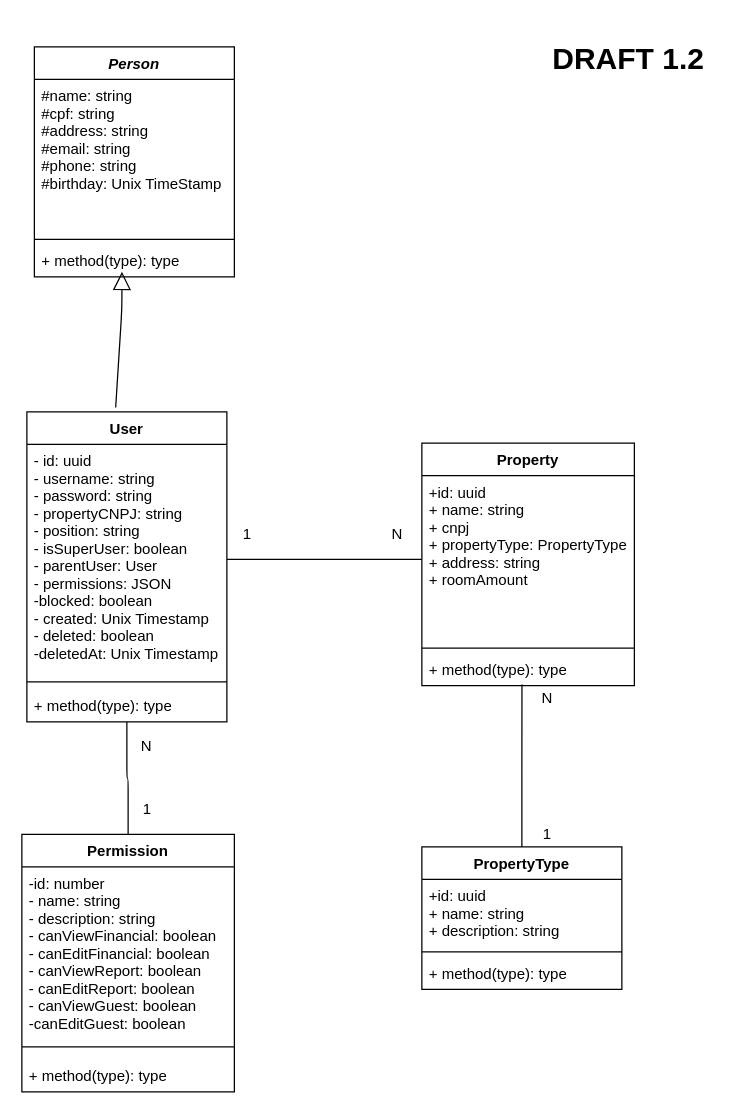
Earlier version of the draw.io diagram Docs/UML/Class/Hostfy-class.drawio (gprpaes/IC819). Source tidied: cells renumbered, new cells numbered last; positions are measured from the earlier drawing's top-left corner, leaving out a move shared by most shapes. Both pictures are drawn from the tidied source at 125%, with x=0, y=0 at pixel (21, 28).
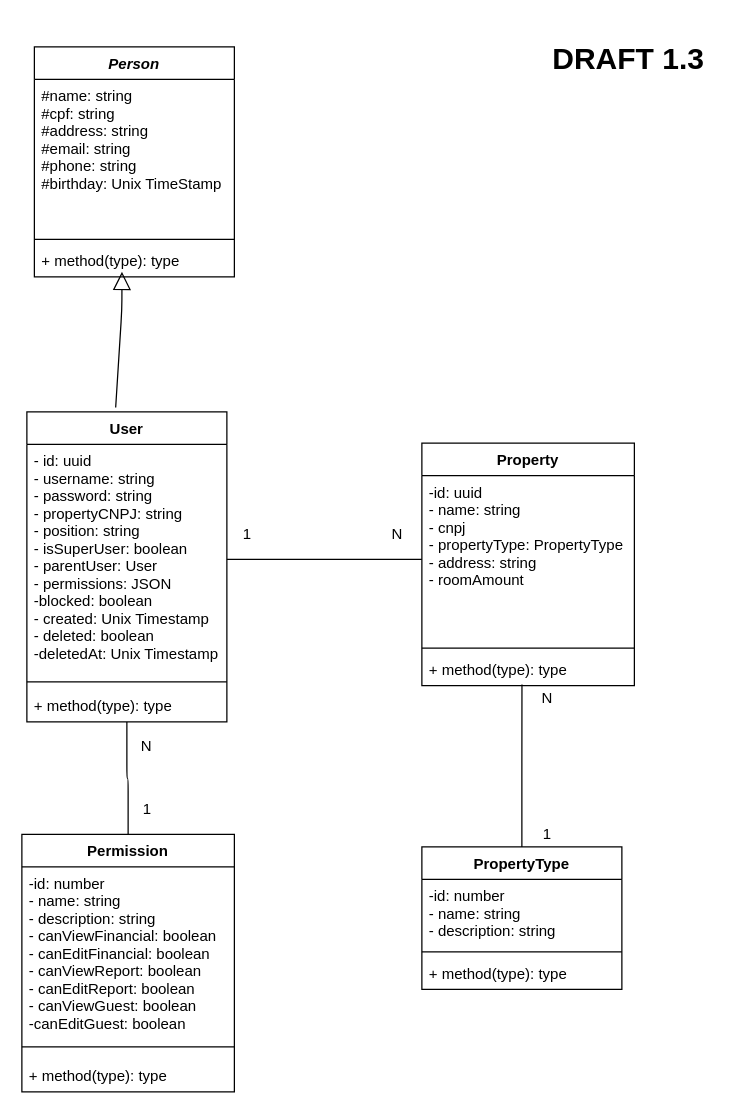
The same page after the edit.

The change refers to these unchanged cells:
```xml
<mxCell id="9" value="PropertyType" style="swimlane;fontStyle=1;align=center;verticalAlign=top;horizontal=1;startSize=26;" parent="1" vertex="1">
  <mxGeometry x="320" y="655" width="160" height="114" as="geometry" />
</mxCell>
<mxCell id="15" value="Property" style="swimlane;fontStyle=1;align=center;verticalAlign=top;horizontal=1;startSize=26;" parent="1" vertex="1">
  <mxGeometry x="320" y="332" width="170" height="194" as="geometry" />
</mxCell>
```

What changed in the source:
```diff
@@
-    <mxCell id="10" value="+id: uuid&#10;+ name: string&#10;+ description: string&#10;&#10;" style="text;strokeColor=none;fillColor=none;align=left;verticalAlign=top;spacingLeft=4;spacingRight=4;overflow=hidden;" parent="9" vertex="1">
+    <mxCell id="10" value="-id: number&#10;- name: string&#10;- description: string&#10;&#10;" style="text;strokeColor=none;fillColor=none;align=left;verticalAlign=top;spacingLeft=4;spacingRight=4;overflow=hidden;" parent="9" vertex="1">
       <mxGeometry y="26" width="160" height="54" as="geometry" />
     </mxCell>
@@
-    <mxCell id="13" value="&lt;h1&gt;DRAFT 1.2&lt;br&gt;&lt;/h1&gt;" style="text;html=1;align=center;verticalAlign=middle;" parent="1" vertex="1">
+    <mxCell id="13" value="&lt;h1&gt;DRAFT 1.3&lt;br&gt;&lt;/h1&gt;" style="text;html=1;align=center;verticalAlign=middle;" parent="1" vertex="1">
       <mxGeometry x="415" width="140" height="50" as="geometry" />
     </mxCell>
@@
-    <mxCell id="16" value="+id: uuid&#10;+ name: string&#10;+ cnpj&#10;+ propertyType: PropertyType&#10;+ address: string&#10;+ roomAmount&#10;&#10;" style="text;strokeColor=none;fillColor=none;align=left;verticalAlign=top;spacingLeft=4;spacingRight=4;overflow=hidden;points=[[0,0.5],[1,0.5]];portConstraint=eastwest;" parent="15" vertex="1">
+    <mxCell id="16" value="-id: uuid&#10;- name: string&#10;- cnpj&#10;- propertyType: PropertyType&#10;- address: string&#10;- roomAmount&#10;&#10;" style="text;strokeColor=none;fillColor=none;align=left;verticalAlign=top;spacingLeft=4;spacingRight=4;overflow=hidden;points=[[0,0.5],[1,0.5]];portConstraint=eastwest;" parent="15" vertex="1">
       <mxGeometry y="26" width="170" height="134" as="geometry" />
     </mxCell>
```
